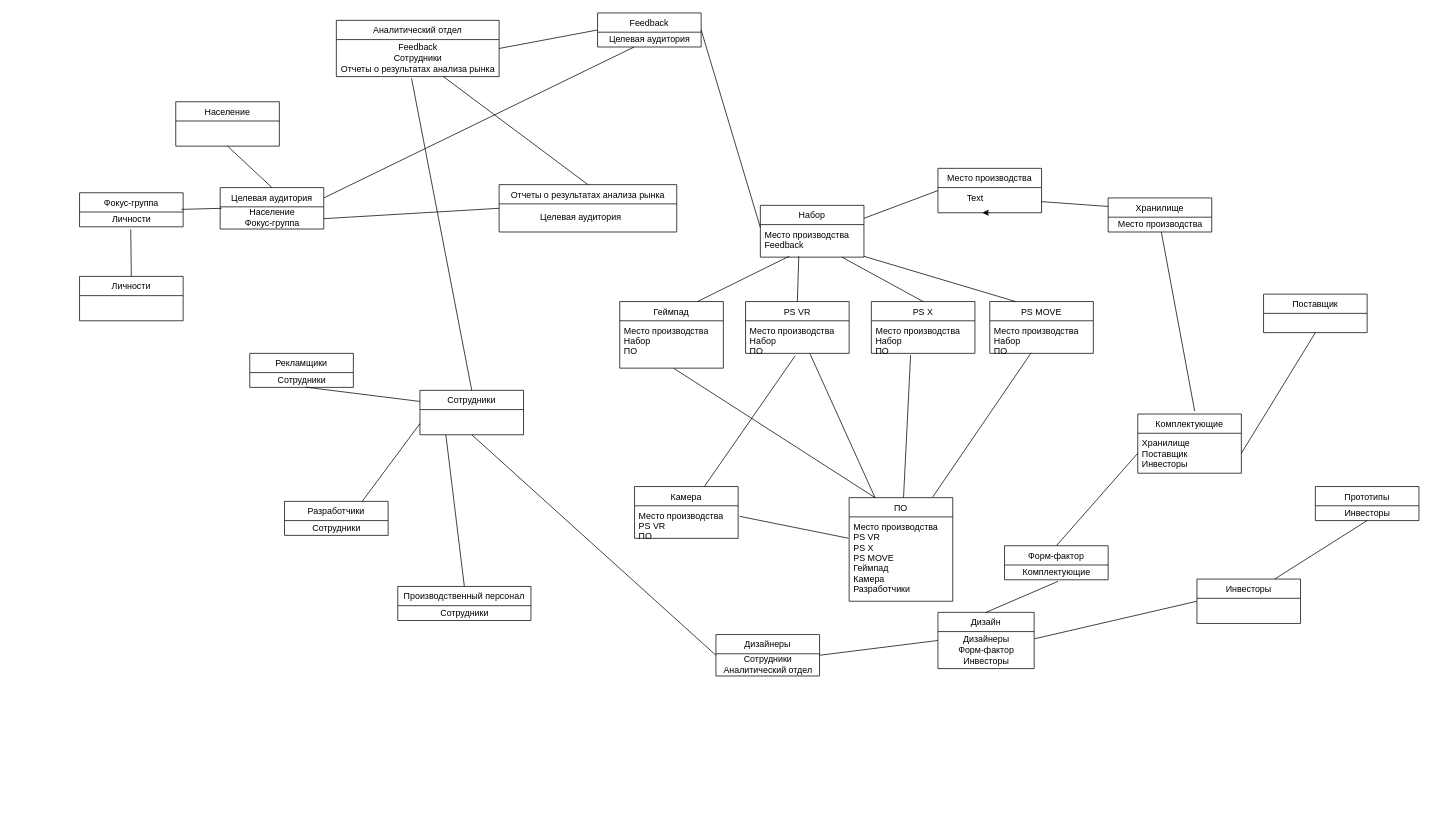
Above: Suschnosti_s_vneshnimi_klyuchami.drawio in Merfarion/Diagrams-and-schemes (draw.io), before the change. Source tidied: cells renumbered, new cells numbered last; positions are measured from the earlier drawing's top-left corner, leaving out a move shared by most shapes. Both pictures are drawn from the tidied source at 74%, with x=0, y=0 at pixel (79, 13).
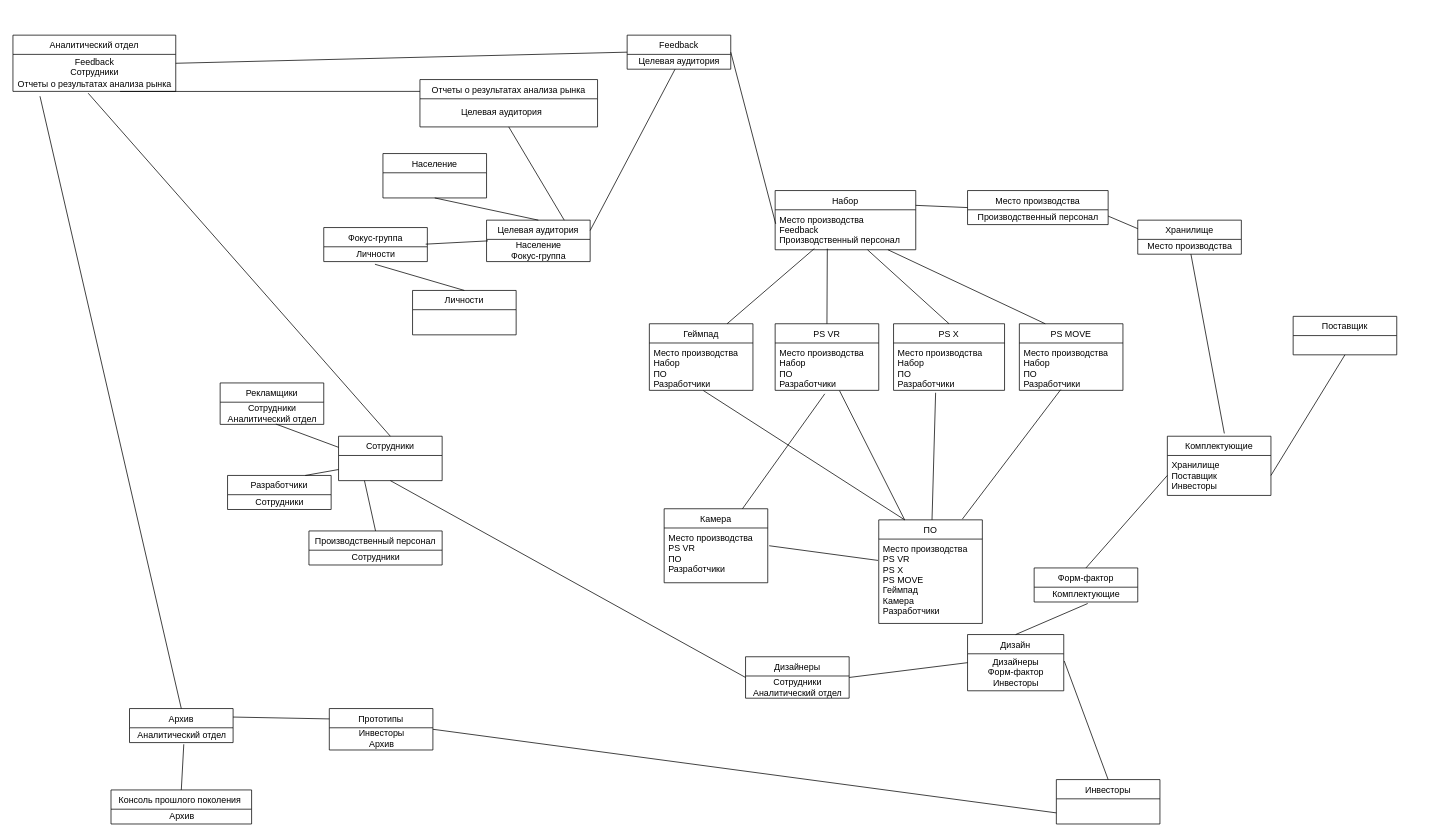
Above is the later version.

The change refers to these unchanged cells:
```xml
<mxCell id="44" value="Feedback&lt;br&gt;Сотрудники&lt;br&gt;Отчеты о результатах анализа рынка" style="text;html=1;align=center;verticalAlign=middle;points=[];strokeColor=none;fillColor=none;" parent="43" vertex="1">
  <mxGeometry y="26" width="220" height="50" as="geometry" />
</mxCell>
<mxCell id="47" value="Инвесторы" style="swimlane;fontStyle=0;horizontal=1;startSize=26;fillColor=none;" parent="46" vertex="1">
  <mxGeometry width="140" height="60" as="geometry" />
</mxCell>
<mxCell id="59" value="Дизайнеры&lt;br&gt;Форм-фактор&lt;br&gt;Инвесторы" style="text;html=1;align=center;verticalAlign=middle;points=[];strokeColor=none;fillColor=none;" parent="58" vertex="1">
  <mxGeometry y="26" width="130" height="50" as="geometry" />
</mxCell>
<mxCell id="86" value="Отчеты о результатах анализа рынка" style="swimlane;fontStyle=0;horizontal=1;startSize=26;fillColor=none;" parent="85" vertex="1">
  <mxGeometry width="240" height="64" as="geometry" />
</mxCell>
```

The edit, as a diff of the source:
```diff
@@
     <mxCell id="2" value="Набор" style="swimlane;fontStyle=0;horizontal=1;startSize=26;fillColor=none;" parent="1" vertex="1">
-      <mxGeometry x="920" y="260" width="140" height="70" as="geometry" />
+      <mxGeometry x="940" y="240" width="190" height="80" as="geometry" />
     </mxCell>
-    <mxCell id="3" value="Место производства&#10;Feedback" style="text;strokeColor=none;fillColor=none;align=left;verticalAlign=top;spacingLeft=4;spacingRight=4;overflow=hidden;points=[[0,0.5],[1,0.5]];portConstraint=eastwest;" parent="2" vertex="1">
-      <mxGeometry y="26" width="140" height="44" as="geometry" />
+    <mxCell id="3" value="Место производства&#10;Feedback&#10;Производственный персонал" style="text;strokeColor=none;fillColor=none;align=left;verticalAlign=top;spacingLeft=4;spacingRight=4;overflow=hidden;points=[[0,0.5],[1,0.5]];portConstraint=eastwest;" parent="2" vertex="1">
+      <mxGeometry y="26" width="190" height="54" as="geometry" />
     </mxCell>
     <mxCell id="4" value="Геймпад" style="swimlane;fontStyle=0;horizontal=1;startSize=26;fillColor=none;" parent="1" vertex="1">
-      <mxGeometry x="730" y="390" width="140" height="90" as="geometry" />
+      <mxGeometry x="770" y="420" width="140" height="90" as="geometry" />
     </mxCell>
-    <mxCell id="5" value="Место производства&#10;Набор&#10;ПО" style="text;strokeColor=none;fillColor=none;align=left;verticalAlign=top;spacingLeft=4;spacingRight=4;overflow=hidden;points=[[0,0.5],[1,0.5]];portConstraint=eastwest;" parent="4" vertex="1">
+    <mxCell id="5" value="Место производства&#10;Набор&#10;ПО&#10;Разработчики" style="text;strokeColor=none;fillColor=none;align=left;verticalAlign=top;spacingLeft=4;spacingRight=4;overflow=hidden;points=[[0,0.5],[1,0.5]];portConstraint=eastwest;" parent="4" vertex="1">
       <mxGeometry y="26" width="140" height="64" as="geometry" />
     </mxCell>
     <mxCell id="6" value="PS VR" style="swimlane;fontStyle=0;horizontal=1;startSize=26;fillColor=none;" parent="1" vertex="1">
-      <mxGeometry x="900" y="390" width="140" height="70" as="geometry" />
+      <mxGeometry x="940" y="420" width="140" height="90" as="geometry" />
     </mxCell>
-    <mxCell id="7" value="Место производства&#10;Набор&#10;ПО" style="text;strokeColor=none;fillColor=none;align=left;verticalAlign=top;spacingLeft=4;spacingRight=4;overflow=hidden;points=[[0,0.5],[1,0.5]];portConstraint=eastwest;" parent="6" vertex="1">
-      <mxGeometry y="26" width="140" height="44" as="geometry" />
+    <mxCell id="7" value="Место производства&#10;Набор&#10;ПО&#10;Разработчики" style="text;strokeColor=none;fillColor=none;align=left;verticalAlign=top;spacingLeft=4;spacingRight=4;overflow=hidden;points=[[0,0.5],[1,0.5]];portConstraint=eastwest;" parent="6" vertex="1">
+      <mxGeometry y="26" width="140" height="64" as="geometry" />
     </mxCell>
     <mxCell id="8" value="PS X" style="swimlane;fontStyle=0;horizontal=1;startSize=26;fillColor=none;" parent="1" vertex="1">
-      <mxGeometry x="1070" y="390" width="140" height="70" as="geometry" />
+      <mxGeometry x="1100" y="420" width="150" height="90" as="geometry" />
     </mxCell>
-    <mxCell id="9" value="Место производства&#10;Набор&#10;ПО" style="text;strokeColor=none;fillColor=none;align=left;verticalAlign=top;spacingLeft=4;spacingRight=4;overflow=hidden;points=[[0,0.5],[1,0.5]];portConstraint=eastwest;" parent="8" vertex="1">
-      <mxGeometry y="26" width="140" height="44" as="geometry" />
+    <mxCell id="9" value="Место производства&#10;Набор&#10;ПО&#10;Разработчики" style="text;strokeColor=none;fillColor=none;align=left;verticalAlign=top;spacingLeft=4;spacingRight=4;overflow=hidden;points=[[0,0.5],[1,0.5]];portConstraint=eastwest;" parent="8" vertex="1">
+      <mxGeometry y="26" width="150" height="64" as="geometry" />
     </mxCell>
     <mxCell id="10" value="PS MOVE" style="swimlane;fontStyle=0;horizontal=1;startSize=26;fillColor=none;" parent="1" vertex="1">
-      <mxGeometry x="1230" y="390" width="140" height="70" as="geometry" />
+      <mxGeometry x="1270" y="420" width="140" height="90" as="geometry" />
     </mxCell>
-    <mxCell id="11" value="Место производства&#10;Набор&#10;ПО" style="text;strokeColor=none;fillColor=none;align=left;verticalAlign=top;spacingLeft=4;spacingRight=4;overflow=hidden;points=[[0,0.5],[1,0.5]];portConstraint=eastwest;" parent="10" vertex="1">
-      <mxGeometry y="26" width="140" height="44" as="geometry" />
+    <mxCell id="11" value="Место производства&#10;Набор&#10;ПО&#10;Разработчики" style="text;strokeColor=none;fillColor=none;align=left;verticalAlign=top;spacingLeft=4;spacingRight=4;overflow=hidden;points=[[0,0.5],[1,0.5]];portConstraint=eastwest;" parent="10" vertex="1">
+      <mxGeometry y="26" width="140" height="64" as="geometry" />
     </mxCell>
     <mxCell id="12" value="Камера" style="swimlane;fontStyle=0;horizontal=1;startSize=26;fillColor=none;" parent="1" vertex="1">
-      <mxGeometry x="750" y="640" width="140" height="70" as="geometry" />
+      <mxGeometry x="790" y="670" width="140" height="100" as="geometry" />
     </mxCell>
-    <mxCell id="13" value="Место производства&#10;PS VR&#10;ПО" style="text;strokeColor=none;fillColor=none;align=left;verticalAlign=top;spacingLeft=4;spacingRight=4;overflow=hidden;points=[[0,0.5],[1,0.5]];portConstraint=eastwest;" parent="12" vertex="1">
-      <mxGeometry y="26" width="140" height="44" as="geometry" />
+    <mxCell id="13" value="Место производства&#10;PS VR&#10;ПО&#10;Разработчики" style="text;strokeColor=none;fillColor=none;align=left;verticalAlign=top;spacingLeft=4;spacingRight=4;overflow=hidden;points=[[0,0.5],[1,0.5]];portConstraint=eastwest;" parent="12" vertex="1">
+      <mxGeometry y="26" width="140" height="74" as="geometry" />
     </mxCell>
     <mxCell id="14" value="ПО" style="swimlane;fontStyle=0;horizontal=1;startSize=26;fillColor=none;" parent="1" vertex="1">
-      <mxGeometry x="1040" y="655" width="140" height="140" as="geometry" />
+      <mxGeometry x="1080" y="685" width="140" height="140" as="geometry" />
     </mxCell>
@@
-    <mxCell id="16" style="edgeStyle=orthogonalEdgeStyle;rounded=0;jettySize=auto;html=1;exitX=0.5;exitY=1;exitDx=0;exitDy=0;" parent="1" edge="1" source="17">
-      <mxGeometry relative="1" as="geometry">
-        <mxPoint x="1220" y="270" as="targetPoint" />
-      </mxGeometry>
-    </mxCell>
     <mxCell id="17" value="Место производства" style="swimlane;fontStyle=0;horizontal=1;startSize=26;fillColor=none;" parent="1" vertex="1">
-      <mxGeometry x="1160" y="210" width="140" height="60" as="geometry" />
+      <mxGeometry x="1200" y="240" width="190" height="46" as="geometry" />
     </mxCell>
+    <mxCell id="72" value="Производственный персонал" style="text;html=1;align=center;verticalAlign=middle;strokeColor=none;fillColor=none;" parent="17" vertex="1">
+      <mxGeometry y="26" width="190" height="20" as="geometry" />
+    </mxCell>
     <mxCell id="18" value="Хранилище" style="swimlane;fontStyle=0;horizontal=1;startSize=26;fillColor=none;" parent="1" vertex="1">
-      <mxGeometry x="1390" y="250" width="140" height="46" as="geometry" />
+      <mxGeometry x="1430" y="280" width="140" height="46" as="geometry" />
     </mxCell>
@@
     <mxCell id="20" value="Комплектующие" style="swimlane;fontStyle=0;horizontal=1;startSize=26;fillColor=none;" parent="1" vertex="1">
-      <mxGeometry x="1430" y="542" width="140" height="80" as="geometry" />
+      <mxGeometry x="1470" y="572" width="140" height="80" as="geometry" />
     </mxCell>
@@
     <mxCell id="22" value="Поставщик" style="swimlane;fontStyle=0;horizontal=1;startSize=26;fillColor=none;" parent="1" vertex="1">
-      <mxGeometry x="1600" y="380" width="140" height="52" as="geometry" />
+      <mxGeometry x="1640" y="410" width="140" height="52" as="geometry" />
     </mxCell>
     <mxCell id="23" value="Форм-фактор" style="swimlane;fontStyle=0;horizontal=1;startSize=26;fillColor=none;" parent="1" vertex="1">
-      <mxGeometry x="1250" y="720" width="140" height="46" as="geometry" />
+      <mxGeometry x="1290" y="750" width="140" height="46" as="geometry" />
     </mxCell>
@@
     <mxCell id="39" value="Feedback" style="swimlane;fontStyle=0;horizontal=1;startSize=26;fillColor=none;" parent="1" vertex="1">
-      <mxGeometry x="700" width="140" height="46" as="geometry" />
+      <mxGeometry x="740" y="30" width="140" height="46" as="geometry" />
     </mxCell>
@@
-    <mxCell id="41" style="endArrow=none;html=1;exitX=1;exitY=0.5;exitDx=0;exitDy=0;" parent="1" edge="1" source="39">
-      <mxGeometry relative="1" as="geometry">
-        <mxPoint x="920" y="290" as="targetPoint" />
-      </mxGeometry>
+    <mxCell id="41" style="endArrow=none;html=1;exitX=1;exitY=0.5;exitDx=0;exitDy=0;entryX=0.004;entryY=0.352;entryDx=0;entryDy=0;entryPerimeter=0;" parent="1" edge="1" source="39" target="3">
+      <mxGeometry relative="1" as="geometry" />
     </mxCell>
     <mxCell id="42" style="group;" parent="1" vertex="1">
-      <mxGeometry x="347" y="10" width="220" height="66" as="geometry" />
+      <mxGeometry x="-90" y="30" width="220" height="66" as="geometry" />
     </mxCell>
@@
     <mxCell id="46" style="group;" parent="1" vertex="1">
-      <mxGeometry x="1510" y="765" width="140" height="60" as="geometry" />
+      <mxGeometry x="1320" y="1036" width="140" height="60" as="geometry" />
     </mxCell>
@@
     <mxCell id="48" style="group;" parent="1" vertex="1">
-      <mxGeometry x="860" y="840" width="140" height="60" as="geometry" />
+      <mxGeometry x="900" y="870" width="140" height="60" as="geometry" />
     </mxCell>
@@
     <mxCell id="51" style="group;" parent="1" vertex="1">
-      <mxGeometry x="1670" y="640" width="140" height="60" as="geometry" />
+      <mxGeometry x="337.5" y="940" width="140" height="60" as="geometry" />
     </mxCell>
     <mxCell id="52" value="Прототипы" style="swimlane;fontStyle=0;horizontal=1;startSize=26;fillColor=none;" parent="51" vertex="1">
-      <mxGeometry width="140" height="46" as="geometry" />
+      <mxGeometry width="140" height="56" as="geometry" />
     </mxCell>
-    <mxCell id="53" value="Инвесторы" style="text;html=1;align=center;verticalAlign=middle;strokeColor=none;fillColor=none;" parent="52" vertex="1">
-      <mxGeometry y="26" width="140" height="20" as="geometry" />
+    <mxCell id="53" value="Инвесторы&lt;br&gt;Архив" style="text;html=1;align=center;verticalAlign=middle;strokeColor=none;fillColor=none;" parent="52" vertex="1">
+      <mxGeometry y="26" width="140" height="30" as="geometry" />
     </mxCell>
     <mxCell id="54" style="group;" parent="1" vertex="1">
-      <mxGeometry x="460" y="510" width="140" height="60" as="geometry" />
+      <mxGeometry x="350" y="572" width="140" height="60" as="geometry" />
     </mxCell>
@@
     <mxCell id="57" style="group;" parent="1" vertex="1">
-      <mxGeometry x="1160" y="810" width="140" height="90" as="geometry" />
+      <mxGeometry x="1200" y="840" width="140" height="90" as="geometry" />
     </mxCell>
@@
-    <mxCell id="62" style="endArrow=none;html=1;entryX=0.5;entryY=1;entryDx=0;entryDy=0;exitX=0.75;exitY=0;exitDx=0;exitDy=0;" parent="1" edge="1" source="47" target="52">
+    <mxCell id="62" style="endArrow=none;html=1;entryX=1;entryY=0.5;entryDx=0;entryDy=0;exitX=0;exitY=0.75;exitDx=0;exitDy=0;" parent="1" edge="1" source="47" target="52">
       <mxGeometry relative="1" as="geometry" />
     </mxCell>
-    <mxCell id="63" style="endArrow=none;html=1;entryX=0;entryY=0.5;entryDx=0;entryDy=0;exitX=1.005;exitY=0.194;exitDx=0;exitDy=0;exitPerimeter=0;" parent="1" edge="1" source="59" target="47">
+    <mxCell id="63" style="endArrow=none;html=1;entryX=0.5;entryY=0;entryDx=0;entryDy=0;exitX=1.005;exitY=0.194;exitDx=0;exitDy=0;exitPerimeter=0;" parent="1" edge="1" source="59" target="47">
       <mxGeometry relative="1" as="geometry" />
     </mxCell>
@@
     <mxCell id="66" style="group;" parent="1" vertex="1">
-      <mxGeometry x="277" y="660" width="140" height="60" as="geometry" />
+      <mxGeometry x="200" y="625" width="140" height="60" as="geometry" />
     </mxCell>
@@
     <mxCell id="69" style="group;" parent="1" vertex="1">
-      <mxGeometry x="430" y="775" width="180" height="60" as="geometry" />
+      <mxGeometry x="310" y="700" width="180" height="60" as="geometry" />
     </mxCell>
@@
-    <mxCell id="72" value="Text" style="text;html=1;align=center;verticalAlign=middle;strokeColor=none;fillColor=none;" parent="1" vertex="1">
-      <mxGeometry x="1190" y="240" width="40" height="20" as="geometry" />
-    </mxCell>
     <mxCell id="73" style="group;" parent="1" vertex="1">
-      <mxGeometry x="230" y="460" width="140" height="60" as="geometry" />
+      <mxGeometry x="190" y="500" width="140" height="60" as="geometry" />
     </mxCell>
     <mxCell id="74" value="Рекламщики" style="swimlane;fontStyle=0;horizontal=1;startSize=26;fillColor=none;" parent="73" vertex="1">
-      <mxGeometry width="140" height="46" as="geometry" />
+      <mxGeometry width="140" height="56" as="geometry" />
     </mxCell>
-    <mxCell id="75" value="Сотрудники&lt;br&gt;" style="text;html=1;align=center;verticalAlign=middle;points=[];strokeColor=none;fillColor=none;" parent="74" vertex="1">
-      <mxGeometry y="26" width="140" height="20" as="geometry" />
+    <mxCell id="75" value="Сотрудники&lt;br&gt;Аналитический отдел" style="text;html=1;align=center;verticalAlign=middle;points=[];strokeColor=none;fillColor=none;" parent="74" vertex="1">
+      <mxGeometry y="26" width="140" height="30" as="geometry" />
     </mxCell>
@@
     <mxCell id="79" style="group;" parent="1" vertex="1">
-      <mxGeometry x="130" y="120" width="140" height="60" as="geometry" />
+      <mxGeometry x="410" y="190" width="140" height="60" as="geometry" />
     </mxCell>
@@
     <mxCell id="82" value="Целевая аудитория" style="swimlane;fontStyle=0;horizontal=1;startSize=26;fillColor=none;" parent="1" vertex="1">
-      <mxGeometry x="190" y="236" width="140" height="56" as="geometry" />
+      <mxGeometry x="550" y="280" width="140" height="56" as="geometry" />
     </mxCell>
@@
     <mxCell id="84" style="group;" parent="1" vertex="1">
-      <mxGeometry x="567" y="232" width="240" height="64" as="geometry" />
+      <mxGeometry x="460" y="90" width="240" height="64" as="geometry" />
     </mxCell>
@@
-    <mxCell id="89" style="endArrow=none;html=1;exitX=1;exitY=0.75;exitDx=0;exitDy=0;entryX=0;entryY=0.5;entryDx=0;entryDy=0;" parent="1" edge="1" source="82" target="86">
+    <mxCell id="89" style="endArrow=none;html=1;exitX=0.75;exitY=0;exitDx=0;exitDy=0;entryX=0.5;entryY=1;entryDx=0;entryDy=0;" parent="1" edge="1" source="82" target="86">
       <mxGeometry relative="1" as="geometry" />
     </mxCell>
-    <mxCell id="90" style="endArrow=none;html=1;entryX=0.658;entryY=1.002;entryDx=0;entryDy=0;entryPerimeter=0;exitX=0.5;exitY=0;exitDx=0;exitDy=0;" parent="1" edge="1" source="86" target="44">
+    <mxCell id="90" style="endArrow=none;html=1;entryX=0.658;entryY=1.002;entryDx=0;entryDy=0;entryPerimeter=0;exitX=0;exitY=0.25;exitDx=0;exitDy=0;" parent="1" edge="1" source="86" target="44">
       <mxGeometry relative="1" as="geometry" />
     </mxCell>
     <mxCell id="91" style="group;" parent="1" vertex="1">
-      <mxGeometry y="243" width="140" height="60" as="geometry" />
+      <mxGeometry x="330" y="290" width="140" height="60" as="geometry" />
     </mxCell>
@@
     <mxCell id="94" style="group;" parent="1" vertex="1">
-      <mxGeometry y="356" width="140" height="60" as="geometry" />
+      <mxGeometry x="450" y="375" width="140" height="60" as="geometry" />
     </mxCell>
@@
+    <mxCell id="98" value="Консоль прошлого поколения " style="swimlane;fontStyle=0;horizontal=1;startSize=26;fillColor=none;" parent="1" vertex="1">
+      <mxGeometry x="42.5" y="1050" width="190" height="46" as="geometry" />
+    </mxCell>
+    <mxCell id="99" value="Архив" style="text;html=1;align=center;verticalAlign=middle;strokeColor=none;fillColor=none;" parent="98" vertex="1">
+      <mxGeometry y="26" width="190" height="20" as="geometry" />
+    </mxCell>
+    <mxCell id="100" style="group;" parent="1" vertex="1">
+      <mxGeometry x="67.5" y="940" width="140" height="60" as="geometry" />
+    </mxCell>
+    <mxCell id="101" value="Архив" style="swimlane;fontStyle=0;horizontal=1;startSize=26;fillColor=none;" parent="100" vertex="1">
+      <mxGeometry width="140" height="46" as="geometry" />
+    </mxCell>
+    <mxCell id="102" value="Аналитический отдел" style="text;html=1;align=center;verticalAlign=middle;points=[];strokeColor=none;fillColor=none;" parent="101" vertex="1">
+      <mxGeometry y="26" width="140" height="20" as="geometry" />
+    </mxCell>
+    <mxCell id="103" style="endArrow=none;html=1;entryX=0;entryY=0.25;entryDx=0;entryDy=0;exitX=1;exitY=0.25;exitDx=0;exitDy=0;" parent="1" edge="1" source="101" target="52">
+      <mxGeometry relative="1" as="geometry" />
+    </mxCell>
+    <mxCell id="104" style="endArrow=none;html=1;entryX=0.524;entryY=1.114;entryDx=0;entryDy=0;entryPerimeter=0;exitX=0.5;exitY=0;exitDx=0;exitDy=0;" parent="1" edge="1" source="98" target="102">
+      <mxGeometry relative="1" as="geometry" />
+    </mxCell>
+    <mxCell id="105" style="endArrow=none;html=1;entryX=0.166;entryY=1.131;entryDx=0;entryDy=0;entryPerimeter=0;exitX=0.5;exitY=0;exitDx=0;exitDy=0;" parent="1" edge="1" source="101" target="44">
+      <mxGeometry relative="1" as="geometry" />
+    </mxCell>
```
